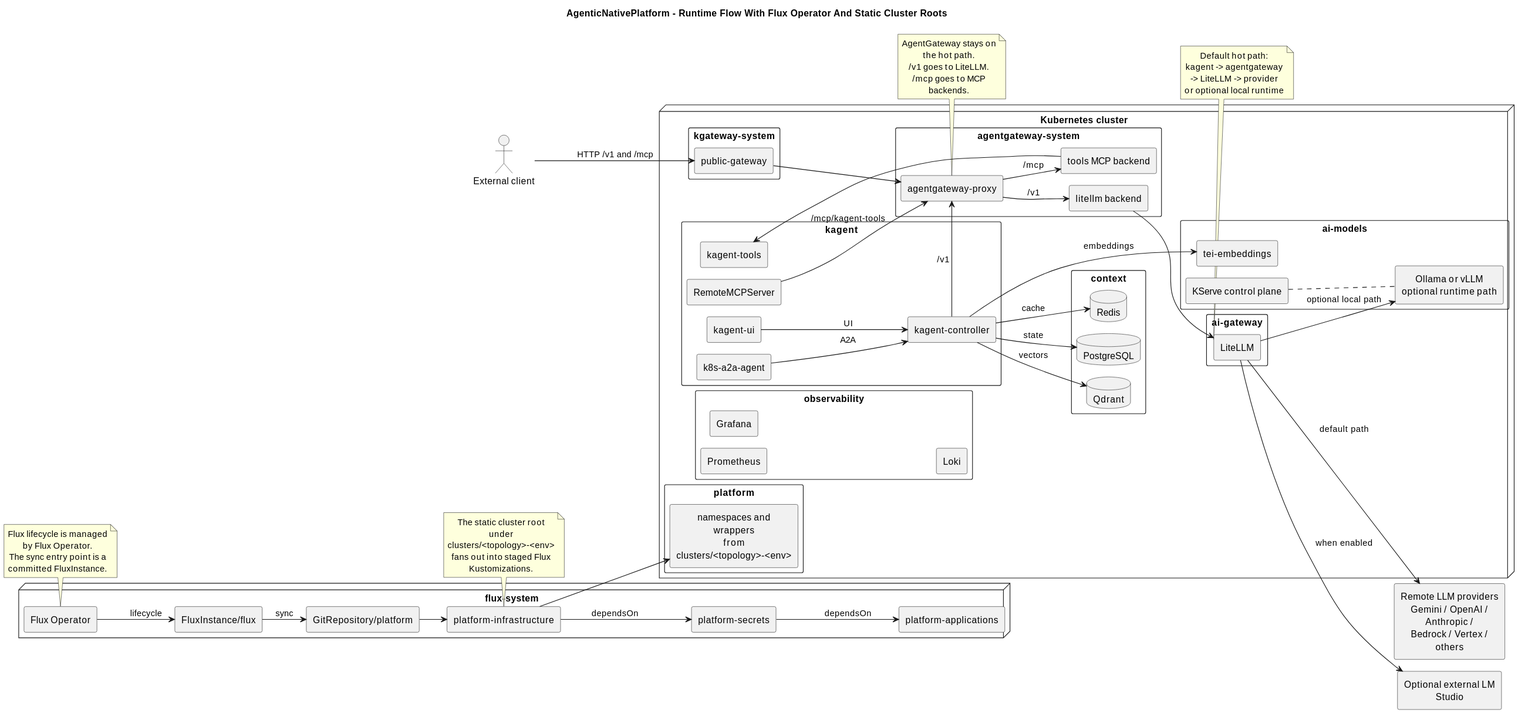
This is .assets/architecture-current-runtime.svg from Shkirmantsev/AgenticNativePlatform, a PlantUML export, as it was before one commit.
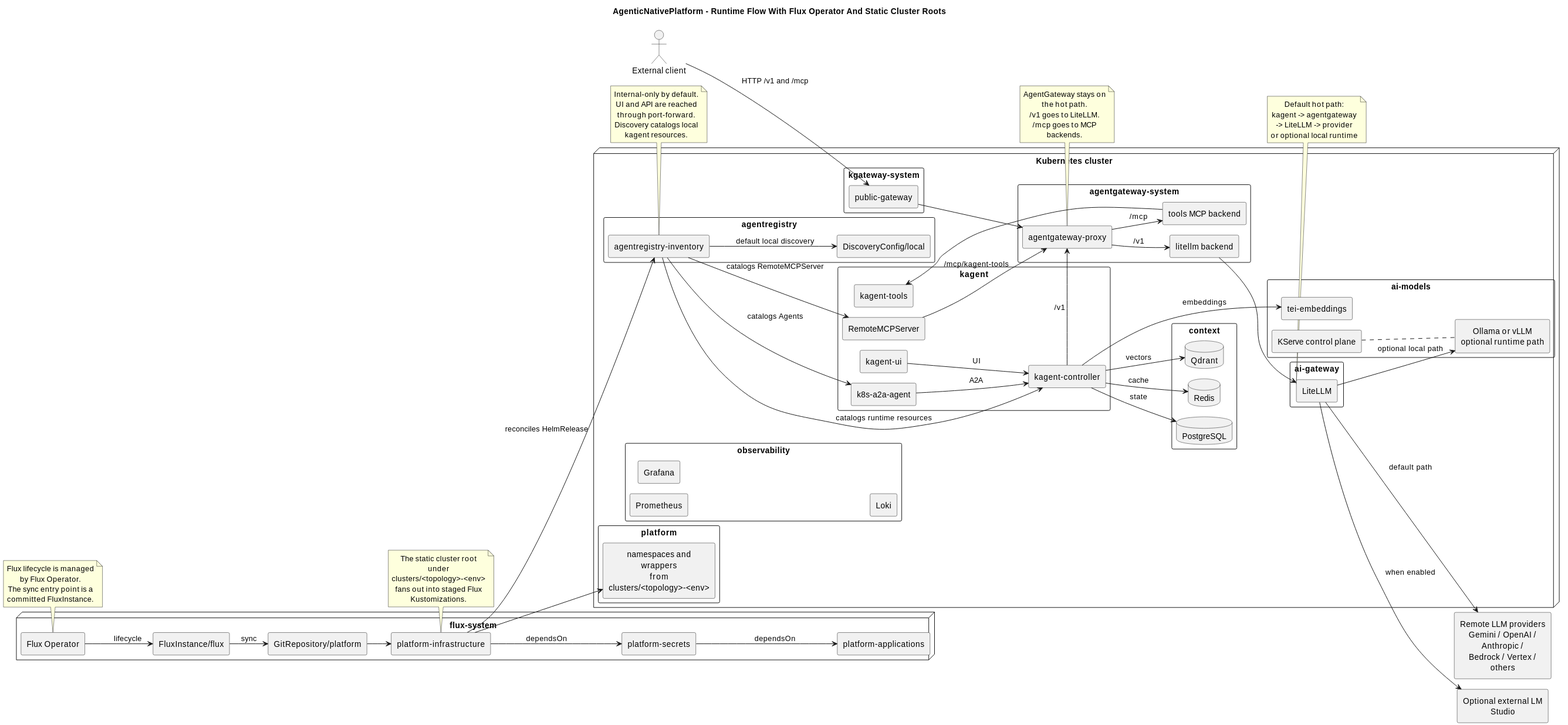
Above is the later version.

What changed in the source:
```diff
@@ -42,6 +42,11 @@
     component "RemoteMCPServer" as RemoteMCP
   }
 
+  package "agentregistry" {
+    component "agentregistry-inventory" as Inventory
+    component "DiscoveryConfig/local" as InventoryDiscovery
+  }
+
   package "ai-gateway" {
     component "LiteLLM" as LiteLLM
   }
@@ -75,6 +80,7 @@
 PlatformInfrastructure --> PlatformSecrets : dependsOn
 PlatformSecrets --> PlatformApplications : dependsOn
 PlatformInfrastructure --> ClusterWrappers
+PlatformInfrastructure --> Inventory : reconciles HelmRelease
 
 Client --> PublicGateway : HTTP /v1 and /mcp
 PublicGateway --> AgentgatewayProxy
@@ -83,6 +89,10 @@
 A2AAgent --> KagentController : A2A
 KagentController --> AgentgatewayProxy : /v1
 RemoteMCP --> AgentgatewayProxy : /mcp/kagent-tools
+Inventory --> InventoryDiscovery : default local discovery
+Inventory --> KagentController : catalogs runtime resources
+Inventory --> RemoteMCP : catalogs RemoteMCPServer
+Inventory --> A2AAgent : catalogs Agents
 
 AgentgatewayProxy --> LitellmBackend : /v1
 AgentgatewayProxy --> ToolsBackend : /mcp
@@ -121,4 +131,10 @@
 kagent -> agentgateway -> LiteLLM -> provider
 or optional local runtime
 end note
+
+note bottom of Inventory
+Internal-only by default.
+UI and API are reached through port-forward.
+Discovery catalogs local kagent resources.
+end note
 @enduml
```
